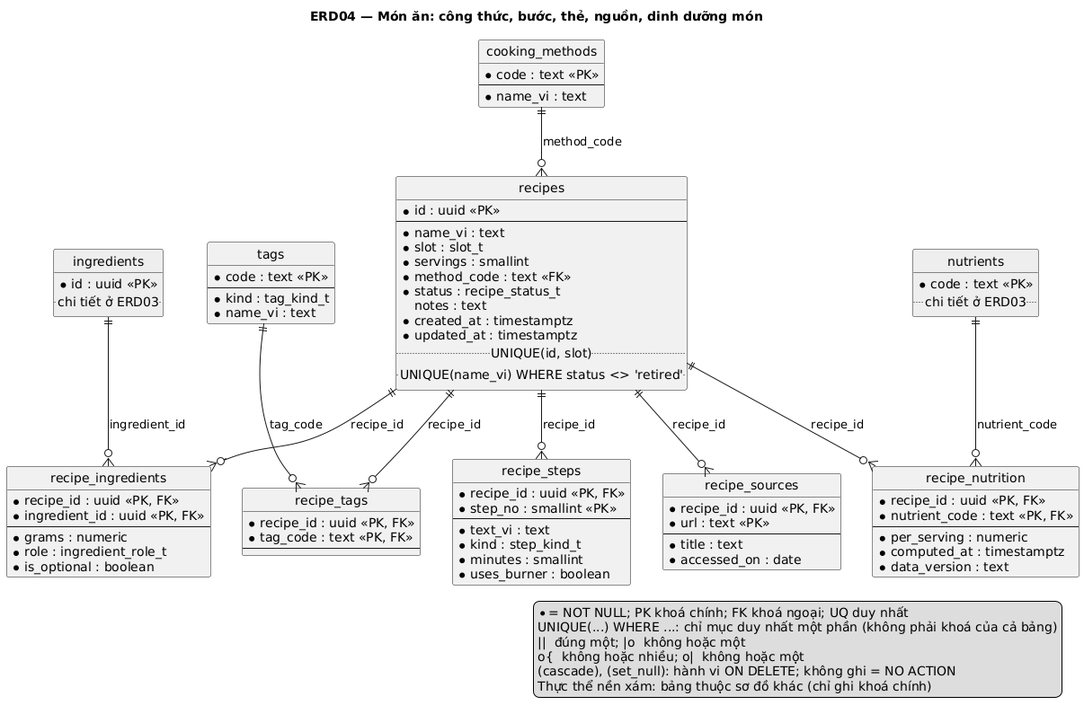
Before: docs/uml/out/erd/ERD04-mon-an.png, a diagram exported from PlantUML (NamBuw/Tastoria).
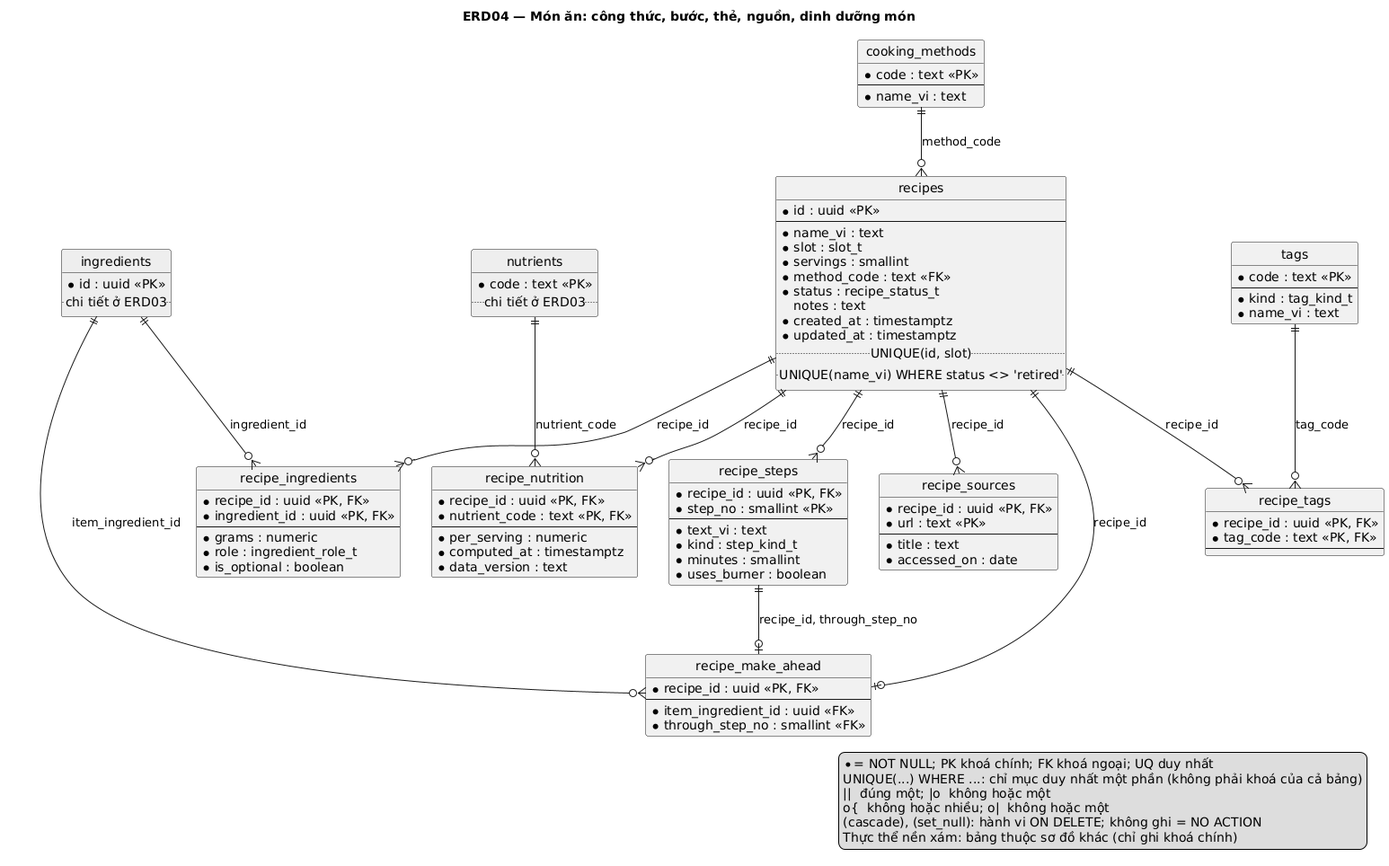
Later version of the same file.

Commit message:
docs: regenerate data dictionary and ERDs with recipe_make_ahead (63 tables)

Change to the diagram source:
```diff
@@ -64,6 +64,12 @@
   * computed_at : timestamptz
   * data_version : text
 }
+entity "recipe_make_ahead" as recipe_make_ahead {
+  * recipe_id : uuid <<PK, FK>>
+  --
+  * item_ingredient_id : uuid <<FK>>
+  * through_step_no : smallint <<FK>>
+}
 entity "ingredients" as ingredients #EEEEEE {
   * id : uuid <<PK>>
   .. chi tiết ở ERD03 ..
@@ -82,6 +88,9 @@
 recipes ||--o{ recipe_sources : recipe_id
 recipes ||--o{ recipe_nutrition : recipe_id
 nutrients ||--o{ recipe_nutrition : nutrient_code
+recipes ||--o| recipe_make_ahead : recipe_id
+recipe_steps ||--o| recipe_make_ahead : recipe_id, through_step_no
+ingredients ||--o{ recipe_make_ahead : item_ingredient_id
 
 legend right
   * = NOT NULL; PK khoá chính; FK khoá ngoại; UQ duy nhất
```
